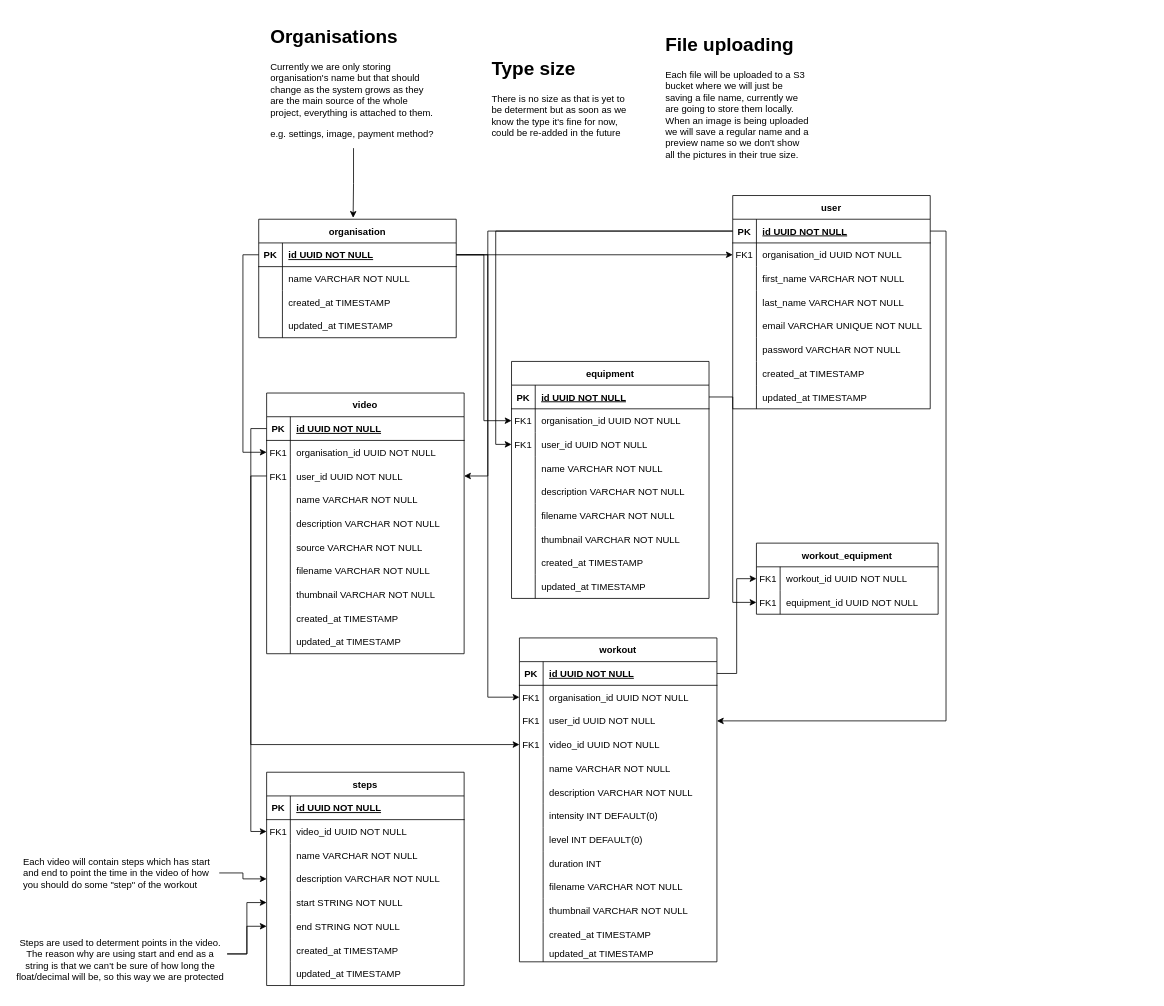
jstojiljkovic/fitness-api keeps this draw.io diagram as fitness-api.drawio. Above is the earlier version. Source tidied: cells renumbered, new cells numbered last; positions are measured from the earlier drawing's top-left corner, leaving out a move shared by most shapes. Both pictures are drawn from the tidied source at 79%, with x=0, y=0 at pixel (13, 21).
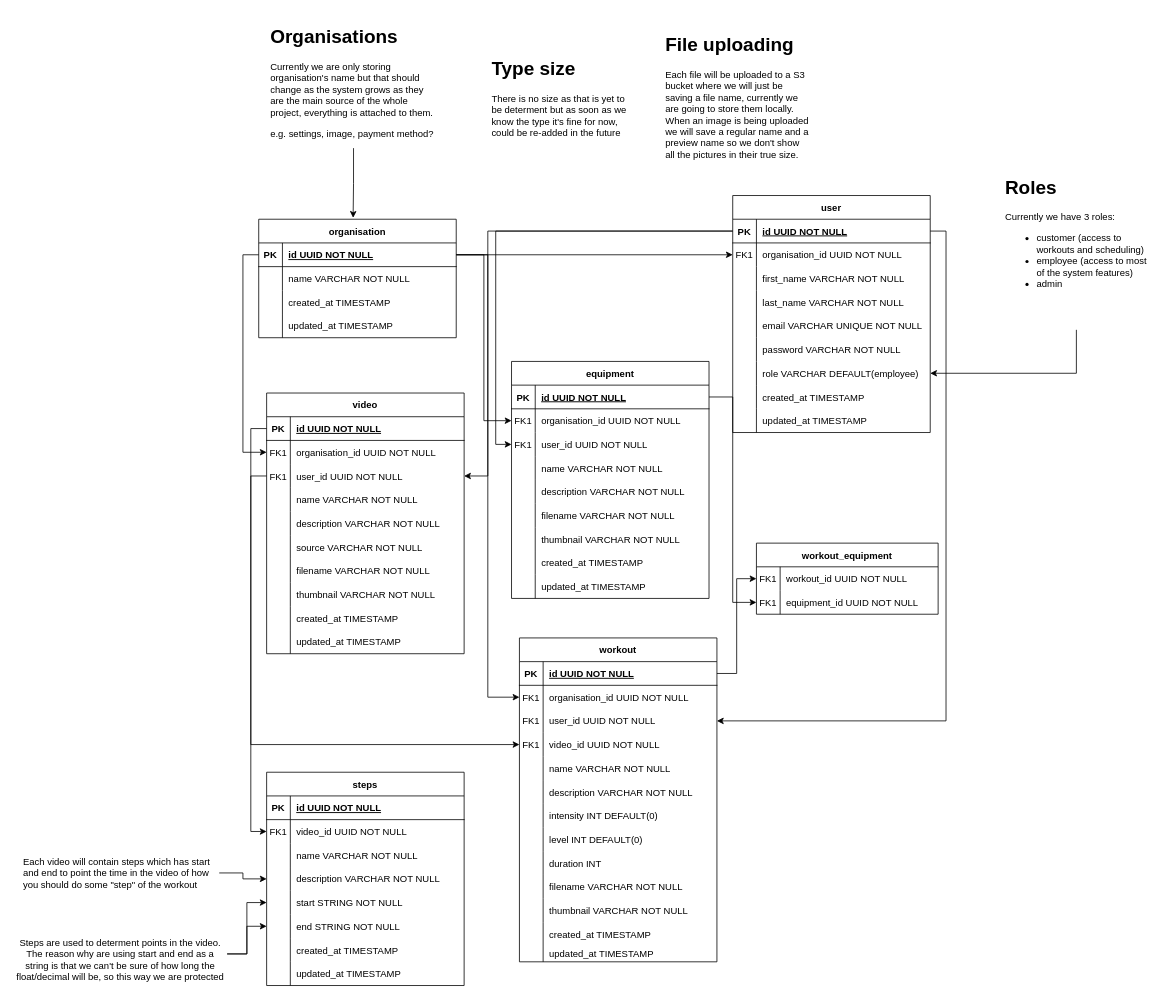
Above is the later version.

What changed in the source:
```diff
@@
     <mxCell id="2" value="user" style="shape=table;startSize=30;childLayout=tableLayout;rowLines=0;fontStyle=1;align=center;" parent="1" vertex="1">
-      <mxGeometry x="910" y="220" width="250" height="270" as="geometry" />
+      <mxGeometry x="910" y="220" width="250" height="300" as="geometry" />
     </mxCell>
@@
+    <mxCell id="191" style="shape=tableRow;horizontal=0;startSize=0;swimlaneHead=0;swimlaneBody=0;fillColor=none;points=[[0,0.5],[1,0.5]];portConstraint=eastwest;top=0;left=0;right=0;bottom=0;" parent="2" vertex="1">
+      <mxGeometry y="210" width="250" height="30" as="geometry" />
+    </mxCell>
+    <mxCell id="192" style="shape=partialRectangle;fillColor=none;top=0;left=0;bottom=0;right=0;overflow=hidden;" parent="191" vertex="1">
+      <mxGeometry width="30" height="30" as="geometry" />
+    </mxCell>
+    <mxCell id="193" value="role VARCHAR DEFAULT(employee)" style="shape=partialRectangle;fillColor=none;top=0;left=0;bottom=0;right=0;align=left;spacingLeft=6;overflow=hidden;" parent="191" vertex="1">
+      <mxGeometry x="30" width="220" height="30" as="geometry" />
+    </mxCell>
     <mxCell id="21" style="shape=tableRow;horizontal=0;startSize=0;swimlaneHead=0;swimlaneBody=0;fillColor=none;top=0;left=0;right=0;bottom=0;" parent="2" vertex="1">
-      <mxGeometry y="210" width="250" height="30" as="geometry" />
+      <mxGeometry y="240" width="250" height="30" as="geometry" />
     </mxCell>
@@
     <mxCell id="24" style="shape=tableRow;horizontal=0;startSize=0;swimlaneHead=0;swimlaneBody=0;fillColor=none;top=0;left=0;right=0;bottom=0;" parent="2" vertex="1">
-      <mxGeometry y="240" width="250" height="30" as="geometry" />
+      <mxGeometry y="270" width="250" height="30" as="geometry" />
     </mxCell>
@@
+    <mxCell id="194" style="edgeStyle=orthogonalEdgeStyle;rounded=0;jettySize=auto;html=1;entryX=1;entryY=0.5;entryDx=0;entryDy=0;" parent="1" edge="1" source="195" target="191">
+      <mxGeometry relative="1" as="geometry" />
+    </mxCell>
+    <mxCell id="195" value="&lt;h1&gt;Roles&lt;/h1&gt;&lt;p&gt;Currently we have 3 roles:&lt;/p&gt;&lt;p&gt;&lt;/p&gt;&lt;ul&gt;&lt;li&gt;customer (access to workouts and scheduling)&lt;/li&gt;&lt;li&gt;employee (access to most of the system features)&lt;/li&gt;&lt;li&gt;admin&amp;nbsp;&lt;/li&gt;&lt;/ul&gt;&lt;p&gt;&lt;/p&gt;" style="text;html=1;strokeColor=none;fillColor=none;spacing=5;spacingTop=-20;whiteSpace=wrap;overflow=hidden;rounded=0;" parent="1" vertex="1">
+      <mxGeometry x="1250" y="190" width="190" height="200" as="geometry" />
+    </mxCell>
```
